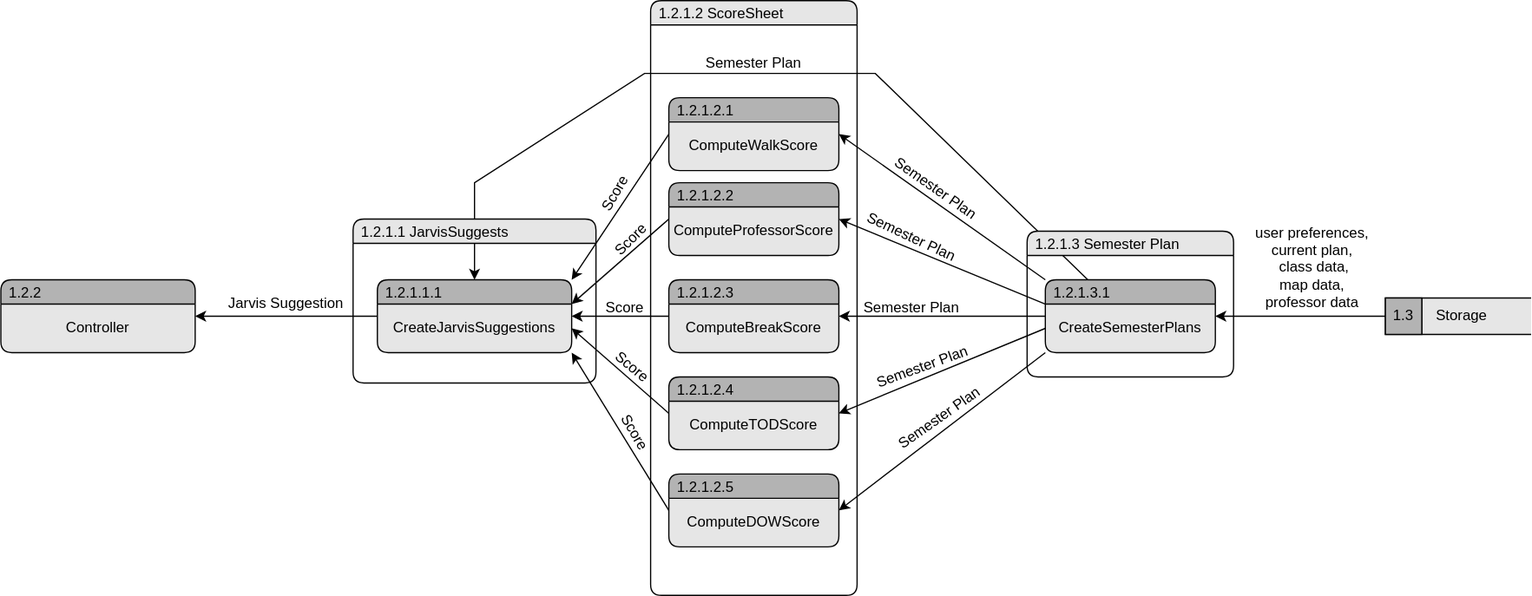
Above: TeamTwoFiles/AlgorithmDataFlowDiagram.svg in MckennahPalmer/CSE430 (draw.io), before the change. Source tidied: cells renumbered, new cells last; positions are measured from the earlier drawing's top-left corner, leaving out a move shared by most shapes.
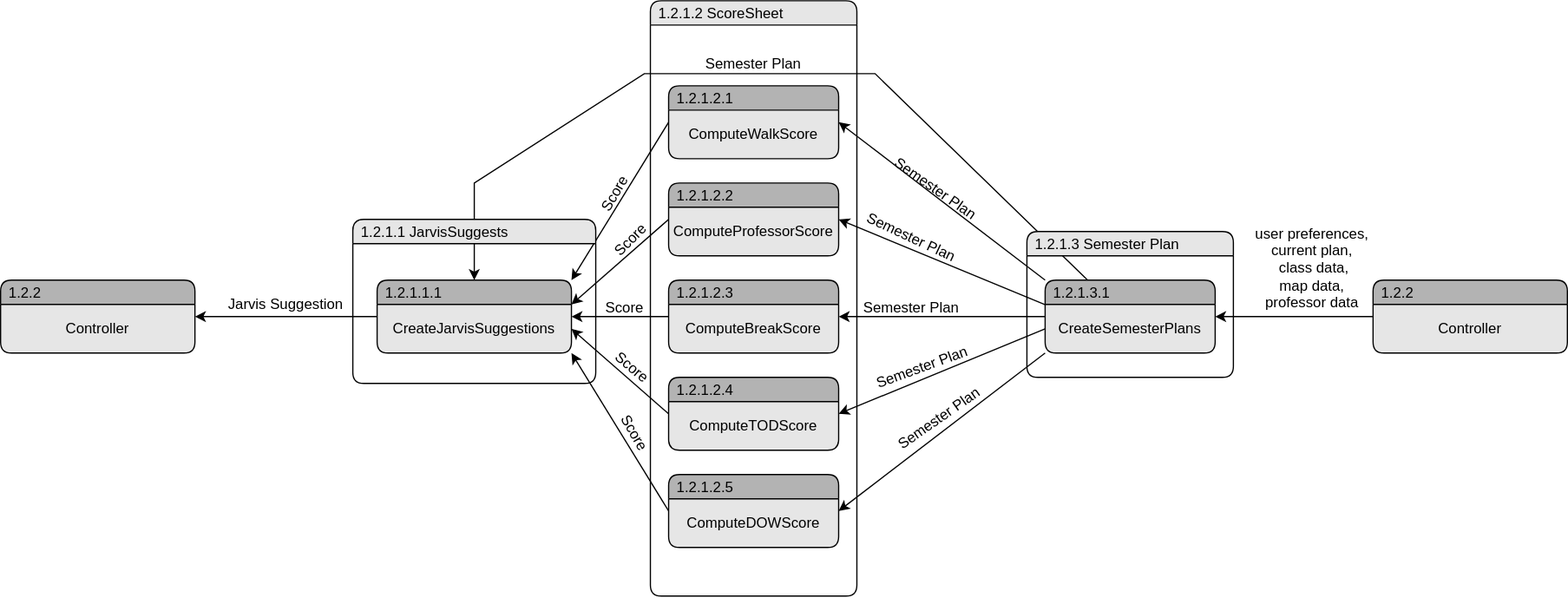
Above is the later version.

What changed in the source:
```diff
@@ -6,7 +6,7 @@
       <mxGeometry x="535" width="170" height="490" as="geometry" />
     </mxCell>
     <mxCell id="3" value="1.2.1.2.1" style="swimlane;fontStyle=0;horizontal=1;startSize=20;fillColor=#B3B3B3;swimlaneFillColor=#E6E6E6;rounded=1;align=left;spacingLeft=5;shadow=0;" parent="1" vertex="1">
-      <mxGeometry x="550" y="80" width="140" height="60" as="geometry" />
+      <mxGeometry x="550" y="70" width="140" height="60" as="geometry" />
     </mxCell>
     <mxCell id="4" value="ComputeWalkScore" style="text;html=1;strokeColor=none;fillColor=none;align=center;verticalAlign=middle;whiteSpace=wrap;rounded=0;" parent="3" vertex="1">
       <mxGeometry y="20" width="140" height="40" as="geometry" />
@@ -146,23 +146,16 @@
     <mxCell id="45" value="1.2.1.3 Semester Plan" style="swimlane;fontStyle=0;horizontal=1;startSize=20;fillColor=#E6E6E6;swimlaneFillColor=none;rounded=1;spacingLeft=5;align=left;" parent="1" vertex="1">
       <mxGeometry x="845" y="190" width="170" height="120" as="geometry" />
     </mxCell>
-    <mxCell id="46" style="group;" parent="1" vertex="1">
-      <mxGeometry x="1140" y="245" width="120" height="30" as="geometry" />
-    </mxCell>
-    <mxCell id="47" style="html=1;dashed=0;whiteSpace=wrap;shape=mxgraph.dfd.dataStoreID;align=left;spacingLeft=3;rounded=1;strokeColor=default;verticalAlign=middle;fontFamily=Helvetica;fontSize=12;fontColor=default;startSize=20;fillColor=#E6E6E6;shadow=0;" parent="46" vertex="1">
-      <mxGeometry width="120" height="30" as="geometry" />
-    </mxCell>
-    <mxCell id="48" style="rounded=0;whiteSpace=wrap;html=1;strokeColor=default;align=center;verticalAlign=middle;fontFamily=Helvetica;fontSize=12;fontColor=default;startSize=20;fillColor=#B3B3B3;" parent="46" vertex="1">
-      <mxGeometry width="30" height="30" as="geometry" />
-    </mxCell>
-    <mxCell id="49" value="1.3" style="text;html=1;strokeColor=none;fillColor=none;align=center;verticalAlign=middle;whiteSpace=wrap;rounded=0;fontSize=12;fontFamily=Helvetica;fontColor=default;" parent="46" vertex="1">
-      <mxGeometry width="30" height="30" as="geometry" />
-    </mxCell>
-    <mxCell id="50" value="Storage" style="text;html=1;strokeColor=none;fillColor=none;align=left;verticalAlign=middle;whiteSpace=wrap;rounded=0;fontSize=12;fontFamily=Helvetica;fontColor=default;" parent="46" vertex="1">
-      <mxGeometry x="40" width="80" height="30" as="geometry" />
-    </mxCell>
-    <mxCell id="51" style="endArrow=classic;html=1;rounded=0;entryX=1;entryY=0.25;entryDx=0;entryDy=0;exitX=0;exitY=0.5;exitDx=0;exitDy=0;" parent="1" edge="1" source="49" target="6">
-      <mxGeometry relative="1" as="geometry" />
+    <mxCell id="51" style="endArrow=classic;html=1;rounded=0;entryX=1;entryY=0.25;entryDx=0;entryDy=0;exitX=0;exitY=0.25;exitDx=0;exitDy=0;" parent="1" edge="1" target="6">
+      <mxGeometry relative="1" as="geometry">
+        <mxPoint x="1130" y="260" as="sourcePoint" />
+      </mxGeometry>
     </mxCell>
+    <mxCell id="52" value="1.2.2" style="swimlane;fontStyle=0;horizontal=1;startSize=20;fillColor=#B3B3B3;swimlaneFillColor=#E6E6E6;rounded=1;spacingLeft=5;align=left;" parent="1" vertex="1">
+      <mxGeometry x="1130" y="230" width="160" height="60" as="geometry" />
+    </mxCell>
+    <mxCell id="53" value="Controller" style="text;html=1;strokeColor=none;fillColor=none;align=center;verticalAlign=middle;whiteSpace=wrap;rounded=0;" parent="52" vertex="1">
+      <mxGeometry y="20" width="160" height="40" as="geometry" />
+    </mxCell>
   </root>
 </mxGraphModel>
```
